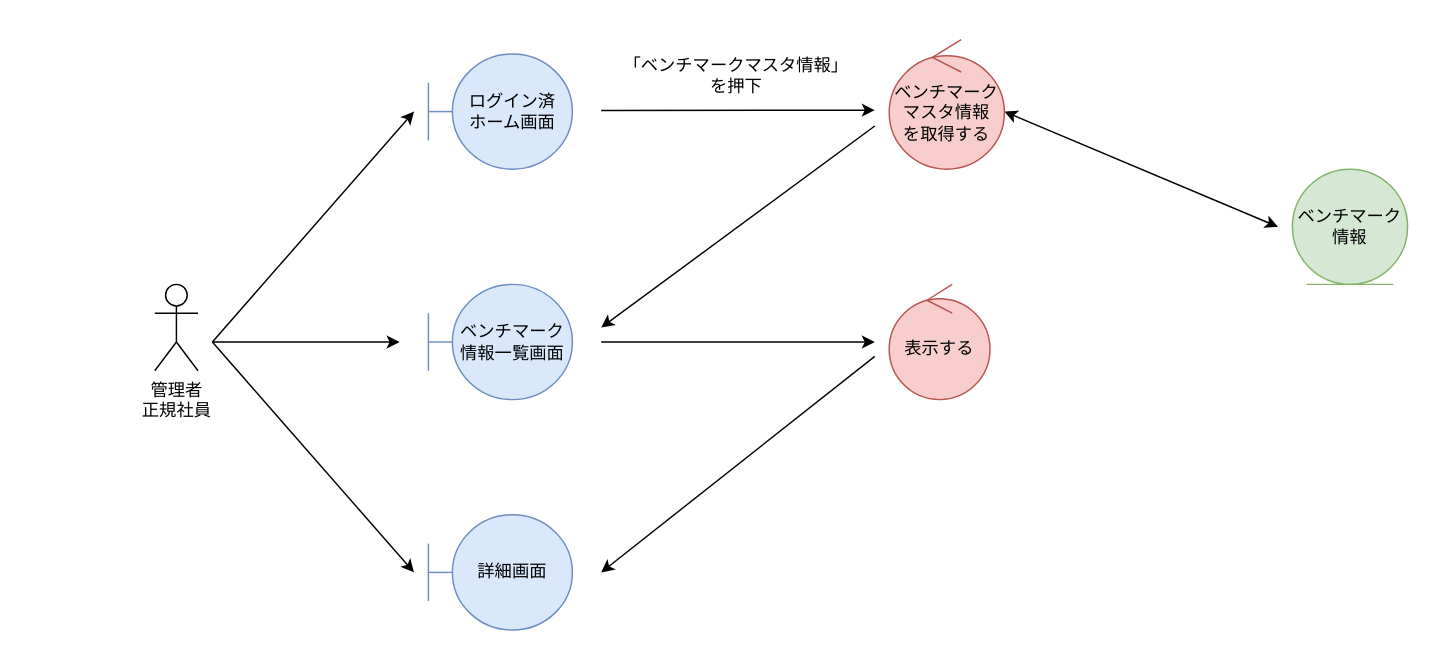
The draw.io diagram page "*ベンチマークマスタ管理_参照" (2 of 4) of 各種設計書/3ロバストネス図/マスタ管理/5.ベンチマークマスタ.drawio in HaruShim/Sotuken, before the edit. Source tidied: cells renumbered, new cells numbered last; positions are measured from the earlier drawing's top-left corner, leaving out a move shared by most shapes. Both pictures are drawn from the tidied source at 144%, with x=0, y=0 at pixel (154, 39).
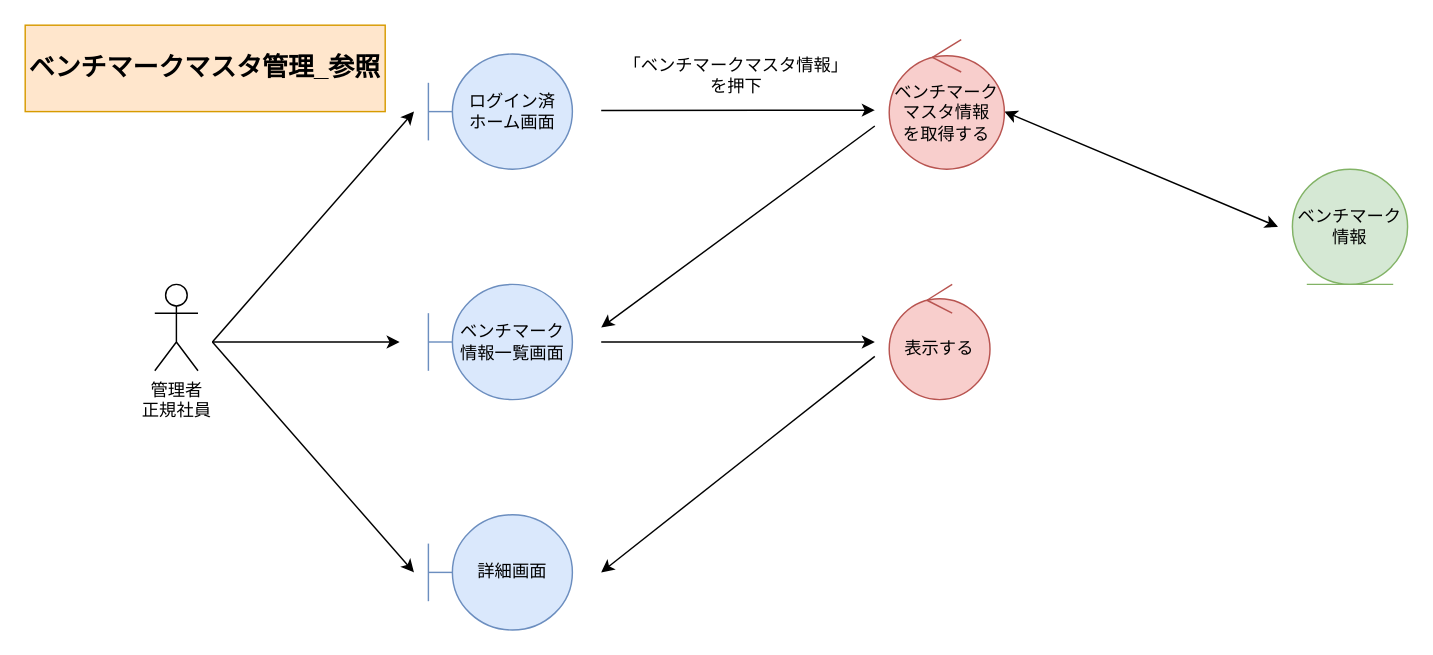
The same diagram, later.

What changed in the source:
```diff
@@
+    <mxCell id="18" value="ベンチマークマスタ管理_参照" style="rounded=0;whiteSpace=wrap;html=1;fillColor=#ffe6cc;strokeColor=#d79b00;fontStyle=1;fontSize=18;" parent="1" vertex="1">
+      <mxGeometry x="-90" y="-10" width="250" height="60" as="geometry" />
+    </mxCell>
```
